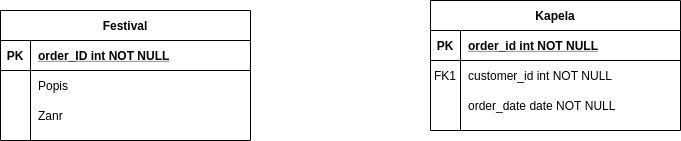
Earlier version of the draw.io export gallery-is-ER.png (x00Pavel/festival-IS). Source tidied: cells renumbered, new cells last; positions are measured from the earlier drawing's top-left corner, leaving out a move shared by most shapes.
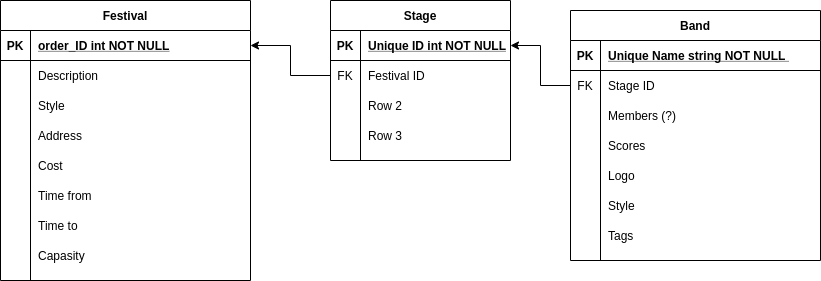
After the commit.

Change to the diagram source:
```diff
@@ -3,7 +3,7 @@
     <mxCell id="0" />
     <mxCell id="1" parent="0" />
     <mxCell id="2" value="Festival" style="shape=table;startSize=30;rowLines=0;fontStyle=1;align=center;" parent="1" vertex="1">
-      <mxGeometry y="10" width="250" height="130" as="geometry" />
+      <mxGeometry y="10" width="250" height="280" as="geometry" />
     </mxCell>
     <mxCell id="3" style="shape=partialRectangle;fillColor=none;points=[[0,0.5],[1,0.5]];portConstraint=eastwest;top=0;left=0;right=0;bottom=1;" parent="2" vertex="1">
       <mxGeometry y="30" width="250" height="30" as="geometry" />
@@ -20,7 +20,7 @@
     <mxCell id="7" style="shape=partialRectangle;overflow=hidden;fillColor=none;top=0;left=0;bottom=0;right=0;" parent="6" vertex="1">
       <mxGeometry width="30" height="30" as="geometry" />
     </mxCell>
-    <mxCell id="8" value="Popis" style="shape=partialRectangle;overflow=hidden;fillColor=none;top=0;left=0;bottom=0;right=0;align=left;spacingLeft=6;" parent="6" vertex="1">
+    <mxCell id="8" value="Description" style="shape=partialRectangle;overflow=hidden;fillColor=none;top=0;left=0;bottom=0;right=0;align=left;spacingLeft=6;" parent="6" vertex="1">
       <mxGeometry x="30" width="220" height="30" as="geometry" />
     </mxCell>
     <mxCell id="9" style="shape=partialRectangle;fillColor=none;top=0;left=0;bottom=0;right=0;" parent="2" vertex="1">
@@ -29,11 +29,98 @@
     <mxCell id="10" style="shape=partialRectangle;fillColor=none;top=0;left=0;bottom=0;right=0;overflow=hidden;" parent="9" vertex="1">
       <mxGeometry width="30" height="30" as="geometry" />
     </mxCell>
-    <mxCell id="11" value="Zanr" style="shape=partialRectangle;fillColor=none;top=0;left=0;bottom=0;right=0;align=left;spacingLeft=6;overflow=hidden;" parent="9" vertex="1">
+    <mxCell id="11" value="Style" style="shape=partialRectangle;fillColor=none;top=0;left=0;bottom=0;right=0;align=left;spacingLeft=6;overflow=hidden;" parent="9" vertex="1">
       <mxGeometry x="30" width="220" height="30" as="geometry" />
     </mxCell>
+    <mxCell id="22" style="shape=partialRectangle;fillColor=none;top=0;left=0;bottom=0;right=0;" parent="2" vertex="1">
+      <mxGeometry y="120" width="250" height="30" as="geometry" />
+    </mxCell>
+    <mxCell id="23" style="shape=partialRectangle;fillColor=none;top=0;left=0;bottom=0;right=0;overflow=hidden;" parent="22" vertex="1">
+      <mxGeometry width="30" height="30" as="geometry" />
+    </mxCell>
+    <mxCell id="24" value="Address" style="shape=partialRectangle;fillColor=none;top=0;left=0;bottom=0;right=0;align=left;spacingLeft=6;overflow=hidden;" parent="22" vertex="1">
+      <mxGeometry x="30" width="220" height="30" as="geometry" />
+    </mxCell>
+    <mxCell id="25" style="shape=partialRectangle;fillColor=none;top=0;left=0;bottom=0;right=0;" parent="2" vertex="1">
+      <mxGeometry y="150" width="250" height="30" as="geometry" />
+    </mxCell>
+    <mxCell id="26" style="shape=partialRectangle;fillColor=none;top=0;left=0;bottom=0;right=0;overflow=hidden;" parent="25" vertex="1">
+      <mxGeometry width="30" height="30" as="geometry" />
+    </mxCell>
+    <mxCell id="27" value="Cost" style="shape=partialRectangle;fillColor=none;top=0;left=0;bottom=0;right=0;align=left;spacingLeft=6;overflow=hidden;" parent="25" vertex="1">
+      <mxGeometry x="30" width="220" height="30" as="geometry" />
+    </mxCell>
+    <mxCell id="28" style="shape=partialRectangle;fillColor=none;top=0;left=0;bottom=0;right=0;" parent="2" vertex="1">
+      <mxGeometry y="180" width="250" height="30" as="geometry" />
+    </mxCell>
+    <mxCell id="29" style="shape=partialRectangle;fillColor=none;top=0;left=0;bottom=0;right=0;overflow=hidden;" parent="28" vertex="1">
+      <mxGeometry width="30" height="30" as="geometry" />
+    </mxCell>
+    <mxCell id="30" value="Time from" style="shape=partialRectangle;fillColor=none;top=0;left=0;bottom=0;right=0;align=left;spacingLeft=6;overflow=hidden;" parent="28" vertex="1">
+      <mxGeometry x="30" width="220" height="30" as="geometry" />
+    </mxCell>
+    <mxCell id="31" style="shape=partialRectangle;fillColor=none;top=0;left=0;bottom=0;right=0;" parent="2" vertex="1">
+      <mxGeometry y="210" width="250" height="30" as="geometry" />
+    </mxCell>
+    <mxCell id="32" style="shape=partialRectangle;fillColor=none;top=0;left=0;bottom=0;right=0;overflow=hidden;" parent="31" vertex="1">
+      <mxGeometry width="30" height="30" as="geometry" />
+    </mxCell>
+    <mxCell id="33" value="Time to" style="shape=partialRectangle;fillColor=none;top=0;left=0;bottom=0;right=0;align=left;spacingLeft=6;overflow=hidden;" parent="31" vertex="1">
+      <mxGeometry x="30" width="220" height="30" as="geometry" />
+    </mxCell>
+    <mxCell id="34" style="shape=partialRectangle;fillColor=none;top=0;left=0;bottom=0;right=0;" parent="2" vertex="1">
+      <mxGeometry y="240" width="250" height="30" as="geometry" />
+    </mxCell>
+    <mxCell id="35" style="shape=partialRectangle;fillColor=none;top=0;left=0;bottom=0;right=0;overflow=hidden;" parent="34" vertex="1">
+      <mxGeometry width="30" height="30" as="geometry" />
+    </mxCell>
+    <mxCell id="36" value="Capasity" style="shape=partialRectangle;fillColor=none;top=0;left=0;bottom=0;right=0;align=left;spacingLeft=6;overflow=hidden;" parent="34" vertex="1">
+      <mxGeometry x="30" width="220" height="30" as="geometry" />
+    </mxCell>
+    <mxCell id="37" value="Stage" style="shape=table;startSize=30;rowLines=0;fontStyle=1;align=center;" parent="1" vertex="1">
+      <mxGeometry x="330" y="10" width="180" height="160" as="geometry" />
+    </mxCell>
+    <mxCell id="38" style="shape=partialRectangle;fillColor=none;top=0;left=0;bottom=1;right=0;points=[[0,0.5],[1,0.5]];portConstraint=eastwest;" parent="37" vertex="1">
+      <mxGeometry y="30" width="180" height="30" as="geometry" />
+    </mxCell>
+    <mxCell id="39" value="PK" style="shape=partialRectangle;fillColor=none;top=0;left=0;bottom=0;right=0;fontStyle=1;overflow=hidden;" parent="38" vertex="1">
+      <mxGeometry width="30" height="30" as="geometry" />
+    </mxCell>
+    <mxCell id="40" value="Unique ID int NOT NULL" style="shape=partialRectangle;fillColor=none;top=0;left=0;bottom=0;right=0;align=left;spacingLeft=6;fontStyle=5;overflow=hidden;" parent="38" vertex="1">
+      <mxGeometry x="30" width="150" height="30" as="geometry" />
+    </mxCell>
+    <mxCell id="41" style="shape=partialRectangle;fillColor=none;top=0;left=0;bottom=0;right=0;points=[[0,0.5],[1,0.5]];portConstraint=eastwest;" parent="37" vertex="1">
+      <mxGeometry y="60" width="180" height="30" as="geometry" />
+    </mxCell>
+    <mxCell id="42" value="FK" style="shape=partialRectangle;fillColor=none;top=0;left=0;bottom=0;right=0;overflow=hidden;" parent="41" vertex="1">
+      <mxGeometry width="30" height="30" as="geometry" />
+    </mxCell>
+    <mxCell id="43" value="Festival ID" style="shape=partialRectangle;fillColor=none;top=0;left=0;bottom=0;right=0;align=left;spacingLeft=6;overflow=hidden;" parent="41" vertex="1">
+      <mxGeometry x="30" width="150" height="30" as="geometry" />
+    </mxCell>
+    <mxCell id="44" style="shape=partialRectangle;fillColor=none;top=0;left=0;bottom=0;right=0;" parent="37" vertex="1">
+      <mxGeometry y="90" width="180" height="30" as="geometry" />
+    </mxCell>
+    <mxCell id="45" style="shape=partialRectangle;fillColor=none;top=0;left=0;bottom=0;right=0;overflow=hidden;" parent="44" vertex="1">
+      <mxGeometry width="30" height="30" as="geometry" />
+    </mxCell>
+    <mxCell id="46" value="Row 2" style="shape=partialRectangle;fillColor=none;top=0;left=0;bottom=0;right=0;align=left;spacingLeft=6;overflow=hidden;" parent="44" vertex="1">
+      <mxGeometry x="30" width="150" height="30" as="geometry" />
+    </mxCell>
+    <mxCell id="47" style="shape=partialRectangle;fillColor=none;top=0;left=0;bottom=0;right=0;" parent="37" vertex="1">
+      <mxGeometry y="120" width="180" height="30" as="geometry" />
+    </mxCell>
+    <mxCell id="48" style="shape=partialRectangle;fillColor=none;top=0;left=0;bottom=0;right=0;overflow=hidden;" parent="47" vertex="1">
+      <mxGeometry width="30" height="30" as="geometry" />
+    </mxCell>
+    <mxCell id="49" value="Row 3" style="shape=partialRectangle;fillColor=none;top=0;left=0;bottom=0;right=0;align=left;spacingLeft=6;overflow=hidden;" parent="47" vertex="1">
+      <mxGeometry x="30" width="150" height="30" as="geometry" />
+    </mxCell>
+    <mxCell id="50" style="edgeStyle=orthogonalEdgeStyle;rounded=0;jettySize=auto;html=1;exitX=0;exitY=0.5;exitDx=0;exitDy=0;entryX=1;entryY=0.5;entryDx=0;entryDy=0;" parent="1" edge="1" source="41" target="3">
+      <mxGeometry relative="1" as="geometry" />
+    </mxCell>
-    <mxCell id="12" value="Kapela" style="shape=table;startSize=30;rowLines=0;fontStyle=1;align=center;" parent="1" vertex="1">
-      <mxGeometry x="430" width="250" height="130" as="geometry" />
+    <mxCell id="12" value="Band" style="shape=table;startSize=30;rowLines=0;fontStyle=1;align=center;" parent="1" vertex="1">
+      <mxGeometry x="570" y="20" width="250" height="250" as="geometry" />
     </mxCell>
     <mxCell id="13" style="shape=partialRectangle;fillColor=none;top=0;left=0;right=0;bottom=1;" parent="12" vertex="1">
       <mxGeometry y="30" width="250" height="30" as="geometry" />
@@ -41,26 +128,65 @@
     <mxCell id="14" value="PK" style="shape=partialRectangle;overflow=hidden;fillColor=none;top=0;left=0;bottom=0;right=0;fontStyle=1;" parent="13" vertex="1">
       <mxGeometry width="30" height="30" as="geometry" />
     </mxCell>
-    <mxCell id="15" value="order_id int NOT NULL " style="shape=partialRectangle;overflow=hidden;fillColor=none;top=0;left=0;bottom=0;right=0;align=left;spacingLeft=6;fontStyle=5;" parent="13" vertex="1">
+    <mxCell id="15" value="Unique Name string NOT NULL " style="shape=partialRectangle;overflow=hidden;fillColor=none;top=0;left=0;bottom=0;right=0;align=left;spacingLeft=6;fontStyle=5;" parent="13" vertex="1">
       <mxGeometry x="30" width="220" height="30" as="geometry" />
     </mxCell>
+    <mxCell id="51" style="shape=partialRectangle;fillColor=none;top=0;left=0;bottom=0;right=0;points=[[0,0.5],[1,0.5]];portConstraint=eastwest;" parent="12" vertex="1">
+      <mxGeometry y="60" width="250" height="30" as="geometry" />
+    </mxCell>
+    <mxCell id="52" value="FK" style="shape=partialRectangle;fillColor=none;top=0;left=0;bottom=0;right=0;overflow=hidden;" parent="51" vertex="1">
+      <mxGeometry width="30" height="30" as="geometry" />
+    </mxCell>
+    <mxCell id="53" value="Stage ID" style="shape=partialRectangle;fillColor=none;top=0;left=0;bottom=0;right=0;align=left;spacingLeft=6;overflow=hidden;" parent="51" vertex="1">
+      <mxGeometry x="30" width="220" height="30" as="geometry" />
+    </mxCell>
     <mxCell id="16" style="shape=partialRectangle;fillColor=none;top=0;left=0;right=0;bottom=0;" parent="12" vertex="1">
-      <mxGeometry y="60" width="250" height="30" as="geometry" />
+      <mxGeometry y="90" width="250" height="30" as="geometry" />
     </mxCell>
-    <mxCell id="17" value="FK1" style="shape=partialRectangle;overflow=hidden;fillColor=none;top=0;left=0;bottom=0;right=0;" parent="16" vertex="1">
+    <mxCell id="17" style="shape=partialRectangle;overflow=hidden;fillColor=none;top=0;left=0;bottom=0;right=0;" parent="16" vertex="1">
       <mxGeometry width="30" height="30" as="geometry" />
     </mxCell>
-    <mxCell id="18" value="customer_id int NOT NULL" style="shape=partialRectangle;overflow=hidden;fillColor=none;top=0;left=0;bottom=0;right=0;align=left;spacingLeft=6;" parent="16" vertex="1">
+    <mxCell id="18" value="Members (?)" style="shape=partialRectangle;overflow=hidden;fillColor=none;top=0;left=0;bottom=0;right=0;align=left;spacingLeft=6;" parent="16" vertex="1">
       <mxGeometry x="30" width="220" height="30" as="geometry" />
     </mxCell>
+    <mxCell id="54" style="shape=partialRectangle;fillColor=none;top=0;left=0;bottom=0;right=0;" parent="12" vertex="1">
+      <mxGeometry y="120" width="250" height="30" as="geometry" />
+    </mxCell>
+    <mxCell id="55" style="shape=partialRectangle;fillColor=none;top=0;left=0;bottom=0;right=0;overflow=hidden;" parent="54" vertex="1">
+      <mxGeometry width="30" height="30" as="geometry" />
+    </mxCell>
+    <mxCell id="56" value="Scores" style="shape=partialRectangle;fillColor=none;top=0;left=0;bottom=0;right=0;align=left;spacingLeft=6;overflow=hidden;" parent="54" vertex="1">
+      <mxGeometry x="30" width="220" height="30" as="geometry" />
+    </mxCell>
     <mxCell id="19" style="shape=partialRectangle;fillColor=none;top=0;left=0;right=0;bottom=0;" parent="12" vertex="1">
-      <mxGeometry y="90" width="250" height="30" as="geometry" />
+      <mxGeometry y="150" width="250" height="30" as="geometry" />
     </mxCell>
     <mxCell id="20" style="shape=partialRectangle;overflow=hidden;fillColor=none;top=0;left=0;bottom=0;right=0;" parent="19" vertex="1">
       <mxGeometry width="30" height="30" as="geometry" />
     </mxCell>
-    <mxCell id="21" value="order_date date NOT NULL" style="shape=partialRectangle;overflow=hidden;fillColor=none;top=0;left=0;bottom=0;right=0;align=left;spacingLeft=6;" parent="19" vertex="1">
+    <mxCell id="21" value="Logo" style="shape=partialRectangle;overflow=hidden;fillColor=none;top=0;left=0;bottom=0;right=0;align=left;spacingLeft=6;" parent="19" vertex="1">
       <mxGeometry x="30" width="220" height="30" as="geometry" />
     </mxCell>
+    <mxCell id="57" style="shape=partialRectangle;fillColor=none;top=0;left=0;bottom=0;right=0;" parent="12" vertex="1">
+      <mxGeometry y="180" width="250" height="30" as="geometry" />
+    </mxCell>
+    <mxCell id="58" style="shape=partialRectangle;fillColor=none;top=0;left=0;bottom=0;right=0;overflow=hidden;" parent="57" vertex="1">
+      <mxGeometry width="30" height="30" as="geometry" />
+    </mxCell>
+    <mxCell id="59" value="Style" style="shape=partialRectangle;fillColor=none;top=0;left=0;bottom=0;right=0;align=left;spacingLeft=6;overflow=hidden;" parent="57" vertex="1">
+      <mxGeometry x="30" width="220" height="30" as="geometry" />
+    </mxCell>
+    <mxCell id="60" style="shape=partialRectangle;fillColor=none;top=0;left=0;bottom=0;right=0;" parent="12" vertex="1">
+      <mxGeometry y="210" width="250" height="30" as="geometry" />
+    </mxCell>
+    <mxCell id="61" style="shape=partialRectangle;fillColor=none;top=0;left=0;bottom=0;right=0;overflow=hidden;" parent="60" vertex="1">
+      <mxGeometry width="30" height="30" as="geometry" />
+    </mxCell>
+    <mxCell id="62" value="Tags" style="shape=partialRectangle;fillColor=none;top=0;left=0;bottom=0;right=0;align=left;spacingLeft=6;overflow=hidden;" parent="60" vertex="1">
+      <mxGeometry x="30" width="220" height="30" as="geometry" />
+    </mxCell>
+    <mxCell id="63" style="edgeStyle=orthogonalEdgeStyle;rounded=0;jettySize=auto;html=1;exitX=0;exitY=0.5;exitDx=0;exitDy=0;entryX=1;entryY=0.5;entryDx=0;entryDy=0;" parent="1" edge="1" source="51" target="38">
+      <mxGeometry relative="1" as="geometry" />
+    </mxCell>
   </root>
 </mxGraphModel>
```
